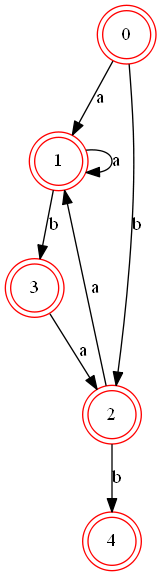
The Graphviz diagram image/test_mindfa.png in JameyWoo/re2graph, before a commit. Its source is kept beside it as tmp/test_mindfa.dot.
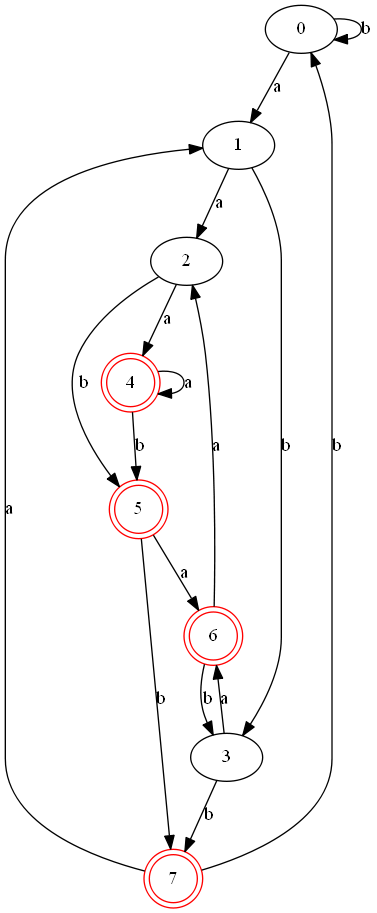
The same file after the commit.

What changed in the source:
```diff
@@ -1,14 +1,26 @@
 digraph {
-	0 [label="0" color=red shape=doublecircle]
-	1 [label="1" color=red shape=doublecircle]
-	2 [label="2" color=red shape=doublecircle]
-	3 [label="3" color=red shape=doublecircle]
+	0 [label="0"]
+	1 [label="1"]
+	2 [label="2"]
+	3 [label="3"]
 	4 [label="4" color=red shape=doublecircle]
+	5 [label="5" color=red shape=doublecircle]
+	6 [label="6" color=red shape=doublecircle]
+	7 [label="7" color=red shape=doublecircle]
+	0 -> 0 [label="b"]
 	0 -> 1 [label="a"]
-	0 -> 2 [label="b"]
-	1 -> 1 [label="a"]
+	1 -> 2 [label="a"]
 	1 -> 3 [label="b"]
-	2 -> 1 [label="a"]
-	2 -> 4 [label="b"]
-	3 -> 2 [label="a"]
+	2 -> 4 [label="a"]
+	2 -> 5 [label="b"]
+	3 -> 6 [label="a"]
+	3 -> 7 [label="b"]
+	4 -> 4 [label="a"]
+	4 -> 5 [label="b"]
+	5 -> 6 [label="a"]
+	5 -> 7 [label="b"]
+	6 -> 2 [label="a"]
+	6 -> 3 [label="b"]
+	7 -> 0 [label="b"]
+	7 -> 1 [label="a"]
 }
```
